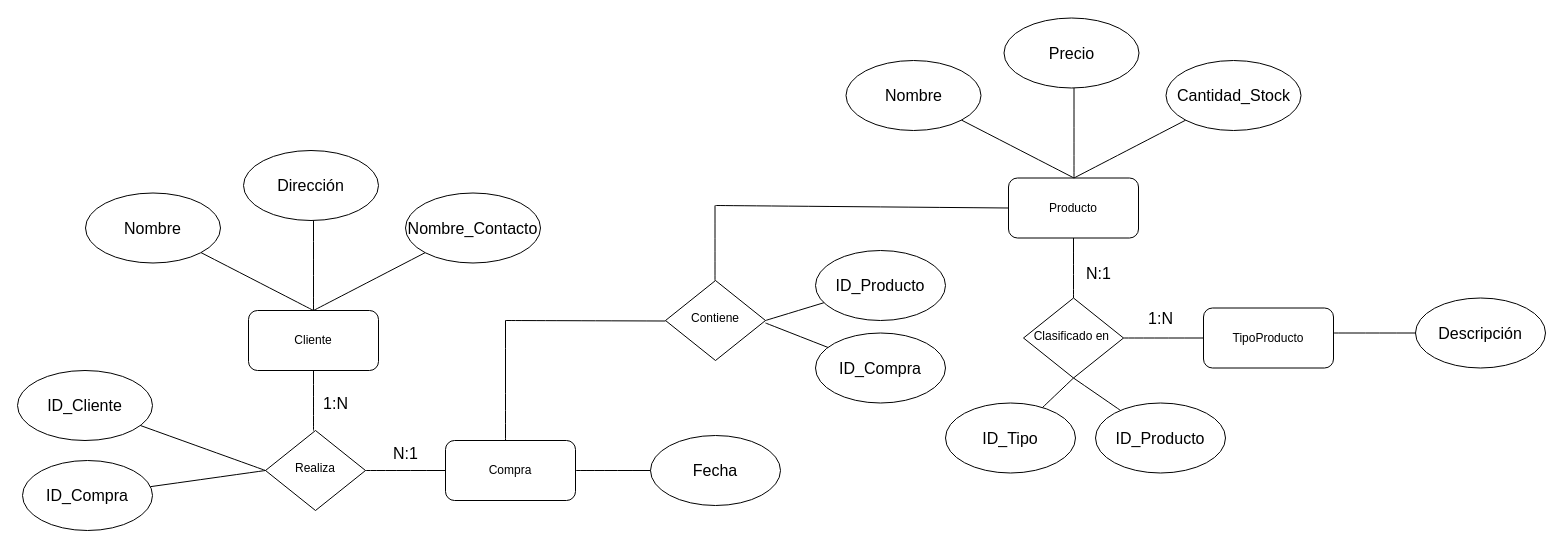
Before: Diagrama_examen_bdd.drawio in Alexx231/python, a draw.io diagram. Source tidied: cells renumbered, new cells numbered last; positions are measured from the earlier drawing's top-left corner, leaving out a move shared by most shapes. Both pictures are drawn from the tidied source at 100%, with x=0, y=0 at pixel (17, 18).
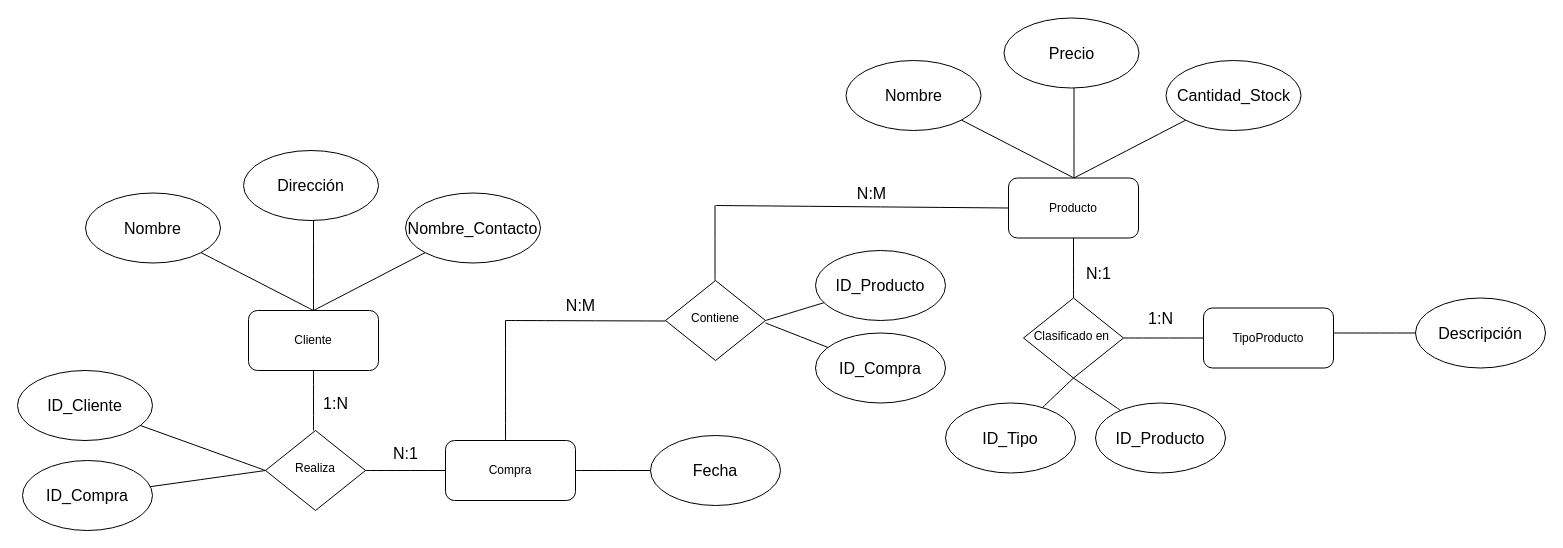
The same diagram, later.

Change to the diagram source:
```diff
@@
+    <mxCell id="49" value="N:M" style="text;html=1;align=center;verticalAlign=middle;strokeColor=none;fillColor=none;fontSize=16;" parent="1" vertex="1">
+      <mxGeometry x="538" y="272" width="50" height="30" as="geometry" />
+    </mxCell>
+    <mxCell id="50" value="N:M" style="text;html=1;align=center;verticalAlign=middle;strokeColor=none;fillColor=none;fontSize=16;" parent="1" vertex="1">
+      <mxGeometry x="828.5" y="159.5" width="50" height="30" as="geometry" />
+    </mxCell>
```
